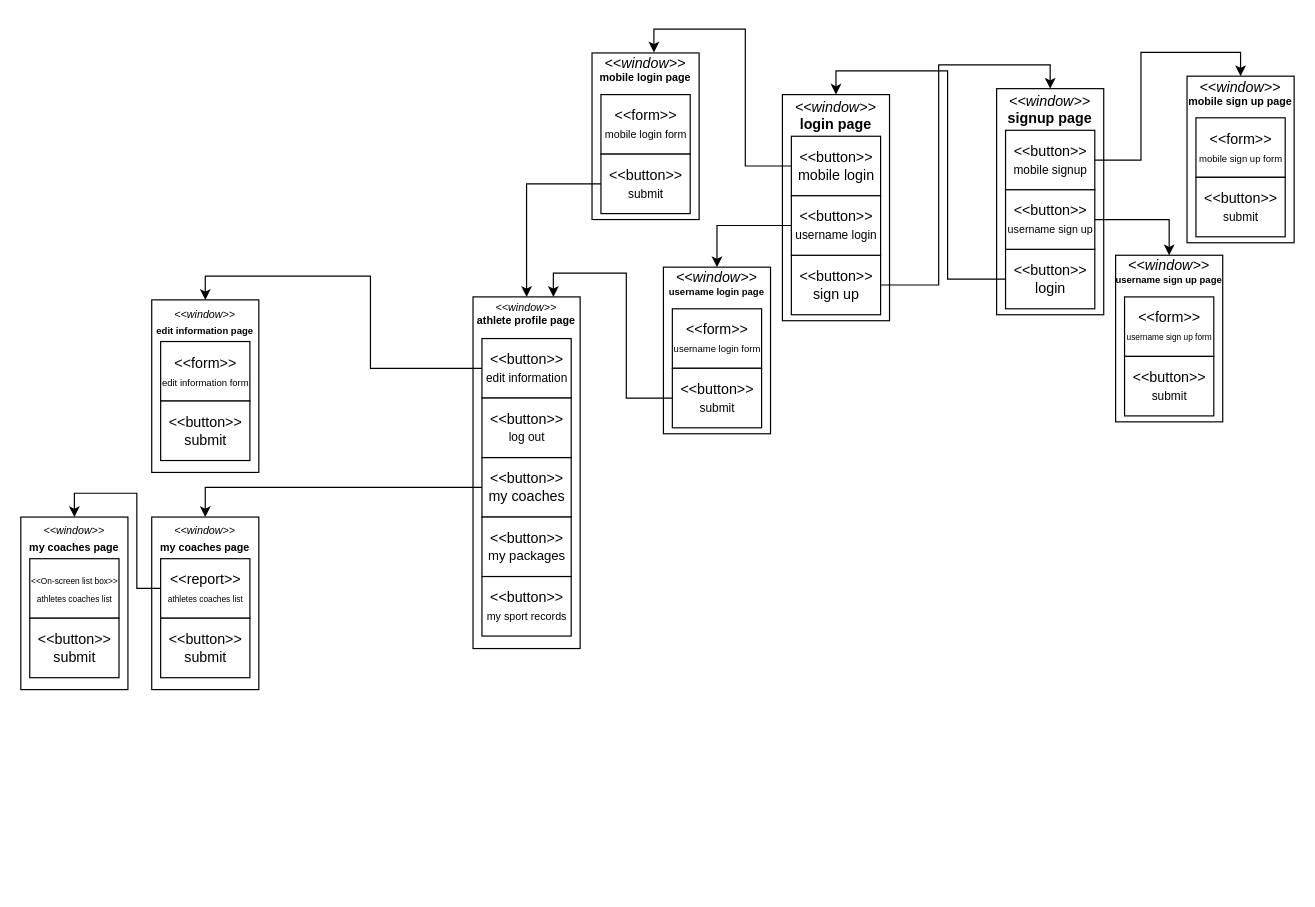
The draw.io diagram Final Presentation/windowNavigationDrawer.drawio in mmohajer9/sama-online-coaching-system, before the edit. Source tidied: cells renumbered, new cells numbered last; positions are measured from the earlier drawing's top-left corner, leaving out a move shared by most shapes. Both pictures are drawn from the tidied source at 119%, with x=0, y=0 at pixel (20, 52).
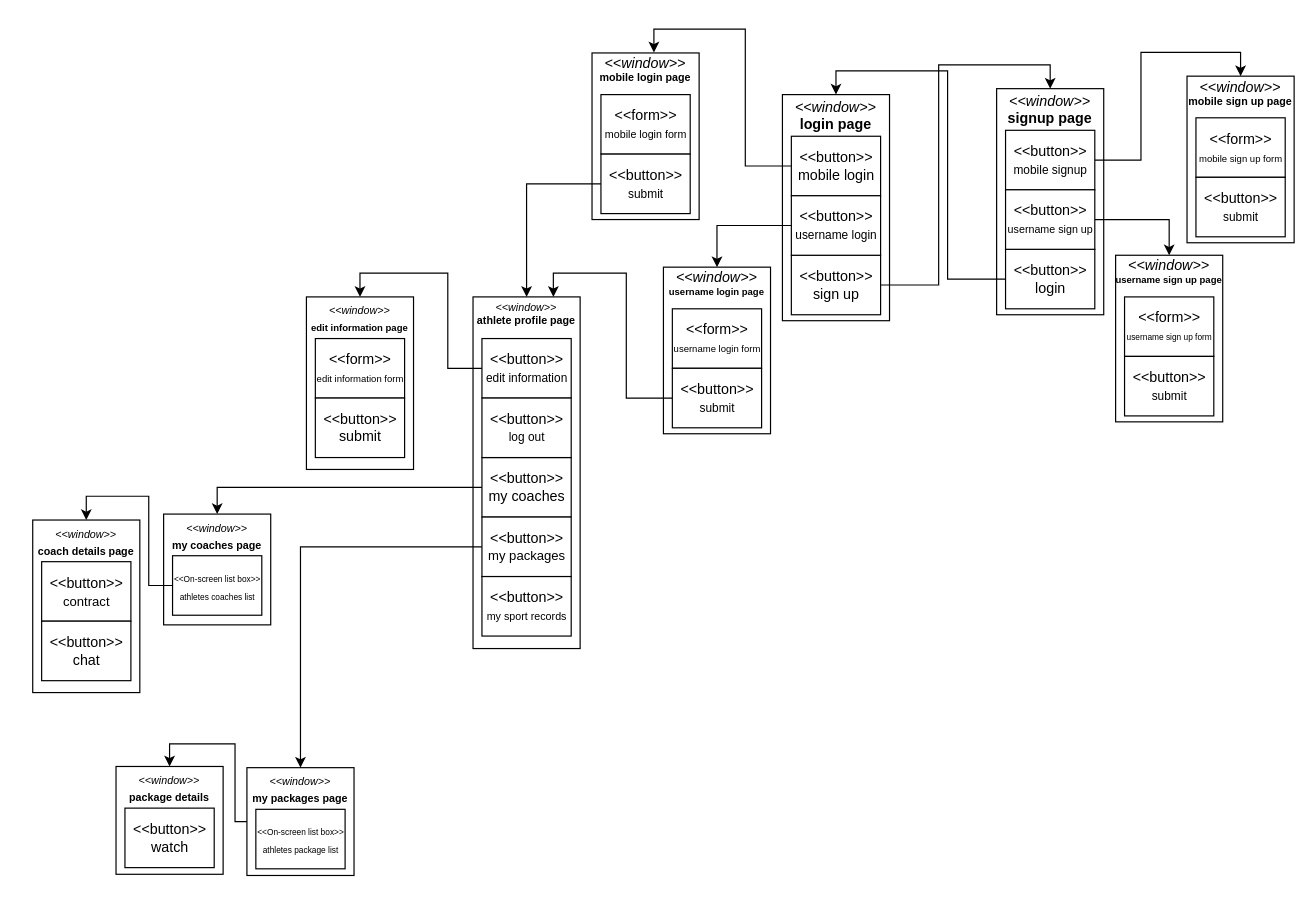
Above is the later version.

Commit message:
packages button added

The change refers to these unchanged cells:
```xml
<mxCell id="30" value="&amp;lt;&amp;lt;button&amp;gt;&amp;gt;&lt;br&gt;&lt;font style=&quot;font-size: 11px&quot;&gt;my packages&lt;/font&gt;" style="html=1;" parent="1" vertex="1">
  <mxGeometry x="387.5" y="390" width="75" height="50" as="geometry" />
</mxCell>
```

Diff of the diagram source:
```diff
@@
+    <mxCell id="52" style="edgeStyle=orthogonalEdgeStyle;rounded=0;jettySize=auto;html=1;exitX=0;exitY=0.5;exitDx=0;exitDy=0;entryX=0.5;entryY=0;entryDx=0;entryDy=0;" parent="1" edge="1" source="30" target="58">
+      <mxGeometry relative="1" as="geometry" />
+    </mxCell>
@@
     <mxCell id="42" value="&lt;p style=&quot;margin: 4px 0px 0px ; text-align: center&quot;&gt;&lt;i style=&quot;font-size: 9px&quot;&gt;&amp;lt;&amp;lt;window&amp;gt;&amp;gt;&lt;/i&gt;&lt;br&gt;&lt;b&gt;&lt;font style=&quot;font-size: 8px&quot;&gt;edit information page&lt;/font&gt;&lt;/b&gt;&lt;/p&gt;&lt;p style=&quot;margin: 0px 0px 0px 4px ; font-size: 9px&quot;&gt;&lt;br&gt;&lt;/p&gt;" style="verticalAlign=top;align=left;overflow=fill;fontSize=12;fontFamily=Helvetica;html=1;" parent="1" vertex="1">
-      <mxGeometry x="110" y="207.5" width="90" height="145" as="geometry" />
+      <mxGeometry x="240" y="205" width="90" height="145" as="geometry" />
     </mxCell>
     <mxCell id="43" value="&amp;lt;&amp;lt;form&amp;gt;&amp;gt;&lt;br&gt;&lt;font style=&quot;font-size: 8px&quot;&gt;edit information form&lt;/font&gt;" style="html=1;" parent="1" vertex="1">
-      <mxGeometry x="117.5" y="242.5" width="75" height="50" as="geometry" />
+      <mxGeometry x="247.5" y="240" width="75" height="50" as="geometry" />
     </mxCell>
     <mxCell id="44" value="&amp;lt;&amp;lt;button&amp;gt;&amp;gt;&lt;br&gt;&lt;font style=&quot;font-size: 12px&quot;&gt;submit&lt;/font&gt;" style="html=1;" parent="1" vertex="1">
-      <mxGeometry x="117.5" y="292.5" width="75" height="50" as="geometry" />
+      <mxGeometry x="247.5" y="290" width="75" height="50" as="geometry" />
     </mxCell>
     <mxCell id="45" value="&lt;p style=&quot;margin: 4px 0px 0px ; text-align: center&quot;&gt;&lt;i style=&quot;font-size: 9px&quot;&gt;&amp;lt;&amp;lt;window&amp;gt;&amp;gt;&lt;/i&gt;&lt;br&gt;&lt;b&gt;&lt;font style=&quot;font-size: 9px&quot;&gt;my coaches page&lt;/font&gt;&lt;/b&gt;&lt;/p&gt;&lt;p style=&quot;margin: 0px 0px 0px 4px ; font-size: 9px&quot;&gt;&lt;br&gt;&lt;/p&gt;" style="verticalAlign=top;align=left;overflow=fill;fontSize=12;fontFamily=Helvetica;html=1;" parent="1" vertex="1">
-      <mxGeometry x="110" y="390" width="90" height="145" as="geometry" />
+      <mxGeometry x="120" y="387.5" width="90" height="93.1" as="geometry" />
     </mxCell>
-    <mxCell id="46" style="edgeStyle=orthogonalEdgeStyle;rounded=0;jettySize=auto;html=1;exitX=0;exitY=0.5;exitDx=0;exitDy=0;entryX=0.5;entryY=0;entryDx=0;entryDy=0;" parent="1" edge="1" source="47" target="49">
-      <mxGeometry relative="1" as="geometry" />
-    </mxCell>
+    <mxCell id="53" style="edgeStyle=orthogonalEdgeStyle;rounded=0;jettySize=auto;html=1;exitX=0;exitY=0.5;exitDx=0;exitDy=0;entryX=0.5;entryY=0;entryDx=0;entryDy=0;" parent="1" edge="1" source="47" target="54">
+      <mxGeometry relative="1" as="geometry" />
+    </mxCell>
-    <mxCell id="47" value="&amp;lt;&amp;lt;report&amp;gt;&amp;gt;&lt;br&gt;&lt;font style=&quot;font-size: 7px&quot;&gt;athletes coaches list&lt;/font&gt;" style="html=1;" parent="1" vertex="1">
-      <mxGeometry x="117.5" y="425" width="75" height="50" as="geometry" />
+    <mxCell id="47" value="&lt;font style=&quot;font-size: 7px&quot;&gt;&amp;lt;&amp;lt;On-screen list box&amp;gt;&amp;gt;&lt;/font&gt;&lt;br&gt;&lt;font style=&quot;font-size: 7px&quot;&gt;athletes coaches list&lt;/font&gt;" style="html=1;" parent="1" vertex="1">
+      <mxGeometry x="127.5" y="422.5" width="75" height="50" as="geometry" />
     </mxCell>
-    <mxCell id="48" value="&amp;lt;&amp;lt;button&amp;gt;&amp;gt;&lt;br&gt;&lt;font style=&quot;font-size: 12px&quot;&gt;submit&lt;/font&gt;" style="html=1;" parent="1" vertex="1">
-      <mxGeometry x="117.5" y="475" width="75" height="50" as="geometry" />
-    </mxCell>
-    <mxCell id="49" value="&lt;p style=&quot;margin: 4px 0px 0px ; text-align: center&quot;&gt;&lt;i style=&quot;font-size: 9px&quot;&gt;&amp;lt;&amp;lt;window&amp;gt;&amp;gt;&lt;/i&gt;&lt;br&gt;&lt;b&gt;&lt;font style=&quot;font-size: 9px&quot;&gt;my coaches page&lt;/font&gt;&lt;/b&gt;&lt;/p&gt;&lt;p style=&quot;margin: 0px 0px 0px 4px ; font-size: 9px&quot;&gt;&lt;br&gt;&lt;/p&gt;" style="verticalAlign=top;align=left;overflow=fill;fontSize=12;fontFamily=Helvetica;html=1;" parent="1" vertex="1">
-      <mxGeometry y="390" width="90" height="145" as="geometry" />
-    </mxCell>
-    <mxCell id="50" value="&lt;font style=&quot;font-size: 7px&quot;&gt;&amp;lt;&amp;lt;On-screen list box&amp;gt;&amp;gt;&lt;/font&gt;&lt;br&gt;&lt;font style=&quot;font-size: 7px&quot;&gt;athletes coaches list&lt;/font&gt;" style="html=1;" parent="1" vertex="1">
-      <mxGeometry x="7.5" y="425" width="75" height="50" as="geometry" />
-    </mxCell>
-    <mxCell id="51" value="&amp;lt;&amp;lt;button&amp;gt;&amp;gt;&lt;br&gt;&lt;font style=&quot;font-size: 12px&quot;&gt;submit&lt;/font&gt;" style="html=1;" parent="1" vertex="1">
-      <mxGeometry x="7.5" y="475" width="75" height="50" as="geometry" />
-    </mxCell>
+    <mxCell id="54" value="&lt;p style=&quot;margin: 4px 0px 0px ; text-align: center&quot;&gt;&lt;i style=&quot;font-size: 9px&quot;&gt;&amp;lt;&amp;lt;window&amp;gt;&amp;gt;&lt;/i&gt;&lt;br&gt;&lt;font size=&quot;1&quot;&gt;&lt;b style=&quot;font-size: 9px&quot;&gt;coach details page&lt;/b&gt;&lt;/font&gt;&lt;/p&gt;&lt;p style=&quot;margin: 0px 0px 0px 4px ; font-size: 9px&quot;&gt;&lt;br&gt;&lt;/p&gt;" style="verticalAlign=top;align=left;overflow=fill;fontSize=12;fontFamily=Helvetica;html=1;" parent="1" vertex="1">
+      <mxGeometry x="10" y="392.5" width="90" height="145" as="geometry" />
+    </mxCell>
+    <mxCell id="55" value="&lt;font style=&quot;font-size: 12px&quot;&gt;&amp;lt;&amp;lt;button&amp;gt;&amp;gt;&lt;/font&gt;&lt;br&gt;&lt;font style=&quot;font-size: 11px&quot;&gt;contract&lt;/font&gt;" style="html=1;" parent="1" vertex="1">
+      <mxGeometry x="17.5" y="427.5" width="75" height="50" as="geometry" />
+    </mxCell>
+    <mxCell id="56" value="&amp;lt;&amp;lt;button&amp;gt;&amp;gt;&lt;br&gt;&lt;font style=&quot;font-size: 12px&quot;&gt;chat&lt;/font&gt;" style="html=1;" parent="1" vertex="1">
+      <mxGeometry x="17.5" y="477.5" width="75" height="50" as="geometry" />
+    </mxCell>
+    <mxCell id="57" style="edgeStyle=orthogonalEdgeStyle;rounded=0;jettySize=auto;html=1;exitX=0;exitY=0.5;exitDx=0;exitDy=0;entryX=0.5;entryY=0;entryDx=0;entryDy=0;" parent="1" edge="1" source="58" target="61">
+      <mxGeometry relative="1" as="geometry">
+        <Array as="points">
+          <mxPoint x="180" y="645.6" />
+          <mxPoint x="180" y="580.6" />
+          <mxPoint x="125" y="580.6" />
+        </Array>
+      </mxGeometry>
+    </mxCell>
+    <mxCell id="58" value="&lt;p style=&quot;margin: 4px 0px 0px ; text-align: center&quot;&gt;&lt;i style=&quot;font-size: 9px&quot;&gt;&amp;lt;&amp;lt;window&amp;gt;&amp;gt;&lt;/i&gt;&lt;br&gt;&lt;b&gt;&lt;font style=&quot;font-size: 9px&quot;&gt;my packages page&lt;/font&gt;&lt;/b&gt;&lt;/p&gt;&lt;p style=&quot;margin: 0px 0px 0px 4px ; font-size: 9px&quot;&gt;&lt;br&gt;&lt;/p&gt;" style="verticalAlign=top;align=left;overflow=fill;fontSize=12;fontFamily=Helvetica;html=1;" parent="1" vertex="1">
+      <mxGeometry x="190" y="600.6" width="90" height="90.6" as="geometry" />
+    </mxCell>
+    <mxCell id="59" value="&lt;span style=&quot;font-size: 7px&quot;&gt;&amp;lt;&amp;lt;On-screen list box&amp;gt;&amp;gt;&lt;/span&gt;&lt;br&gt;&lt;font style=&quot;font-size: 7px&quot;&gt;athletes package list&lt;/font&gt;" style="html=1;" parent="1" vertex="1">
+      <mxGeometry x="197.5" y="635.6" width="75" height="50" as="geometry" />
+    </mxCell>
+    <mxCell id="60" style="edgeStyle=orthogonalEdgeStyle;rounded=0;orthogonalLoop=1;jettySize=auto;html=1;exitX=0.5;exitY=1;exitDx=0;exitDy=0;" parent="1" edge="1" source="58" target="58">
+      <mxGeometry relative="1" as="geometry" />
+    </mxCell>
+    <mxCell id="61" value="&lt;p style=&quot;margin: 4px 0px 0px ; text-align: center&quot;&gt;&lt;i style=&quot;font-size: 9px&quot;&gt;&amp;lt;&amp;lt;window&amp;gt;&amp;gt;&lt;/i&gt;&lt;br&gt;&lt;b&gt;&lt;font style=&quot;font-size: 9px&quot;&gt;package details&lt;/font&gt;&lt;/b&gt;&lt;/p&gt;&lt;p style=&quot;margin: 0px 0px 0px 4px ; font-size: 9px&quot;&gt;&lt;br&gt;&lt;/p&gt;" style="verticalAlign=top;align=left;overflow=fill;fontSize=12;fontFamily=Helvetica;html=1;" parent="1" vertex="1">
+      <mxGeometry x="80" y="599.6" width="90" height="90.6" as="geometry" />
+    </mxCell>
+    <mxCell id="62" value="&lt;font style=&quot;font-size: 12px&quot;&gt;&amp;lt;&amp;lt;button&amp;gt;&amp;gt;&lt;/font&gt;&lt;br&gt;&lt;font style=&quot;font-size: 12px&quot;&gt;watch&lt;/font&gt;" style="html=1;" parent="1" vertex="1">
+      <mxGeometry x="87.5" y="634.6" width="75" height="50" as="geometry" />
+    </mxCell>
+    <mxCell id="63" style="edgeStyle=orthogonalEdgeStyle;rounded=0;orthogonalLoop=1;jettySize=auto;html=1;exitX=0.5;exitY=1;exitDx=0;exitDy=0;" parent="1" edge="1" source="61" target="61">
+      <mxGeometry relative="1" as="geometry" />
+    </mxCell>
```
